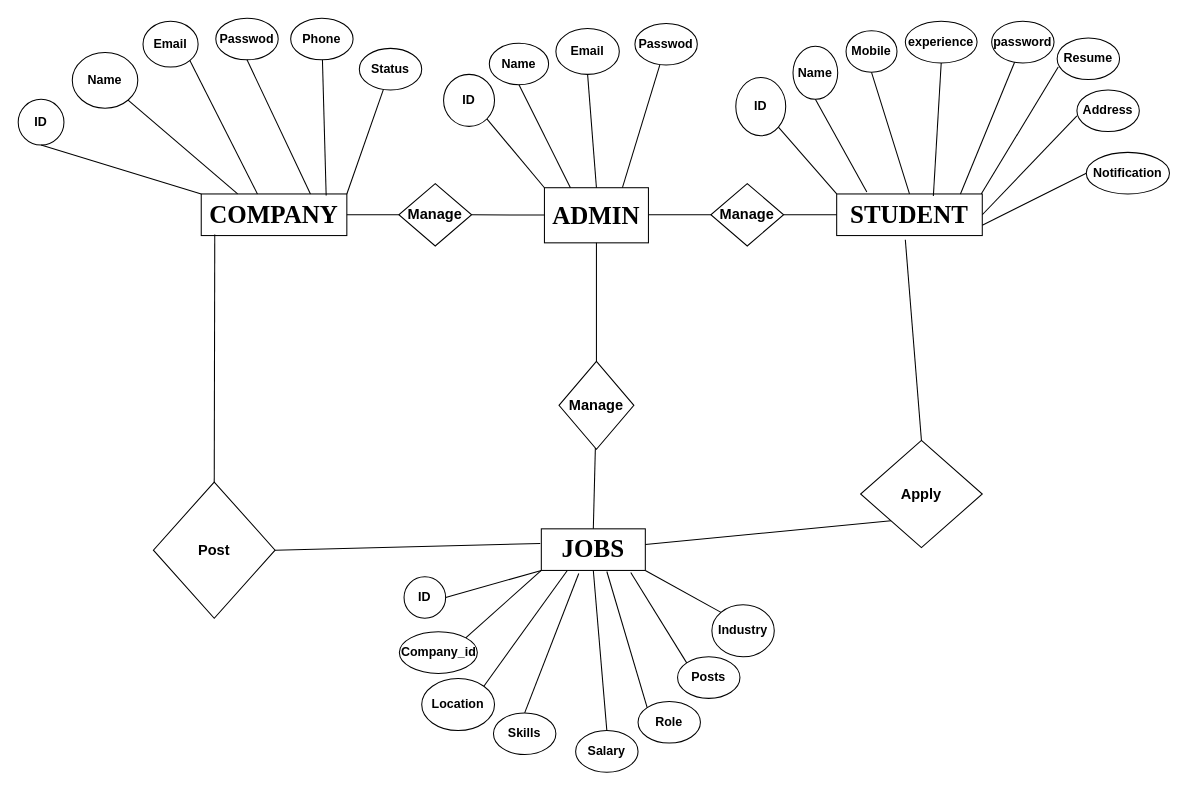
Before: company/ERdiagram.drawio in bhatkt71/campus, a draw.io diagram. Source tidied: cells renumbered, new cells numbered last; positions are measured from the earlier drawing's top-left corner, leaving out a move shared by most shapes. Both pictures are drawn from the tidied source at 104%, with x=0, y=0 at pixel (18, 18).
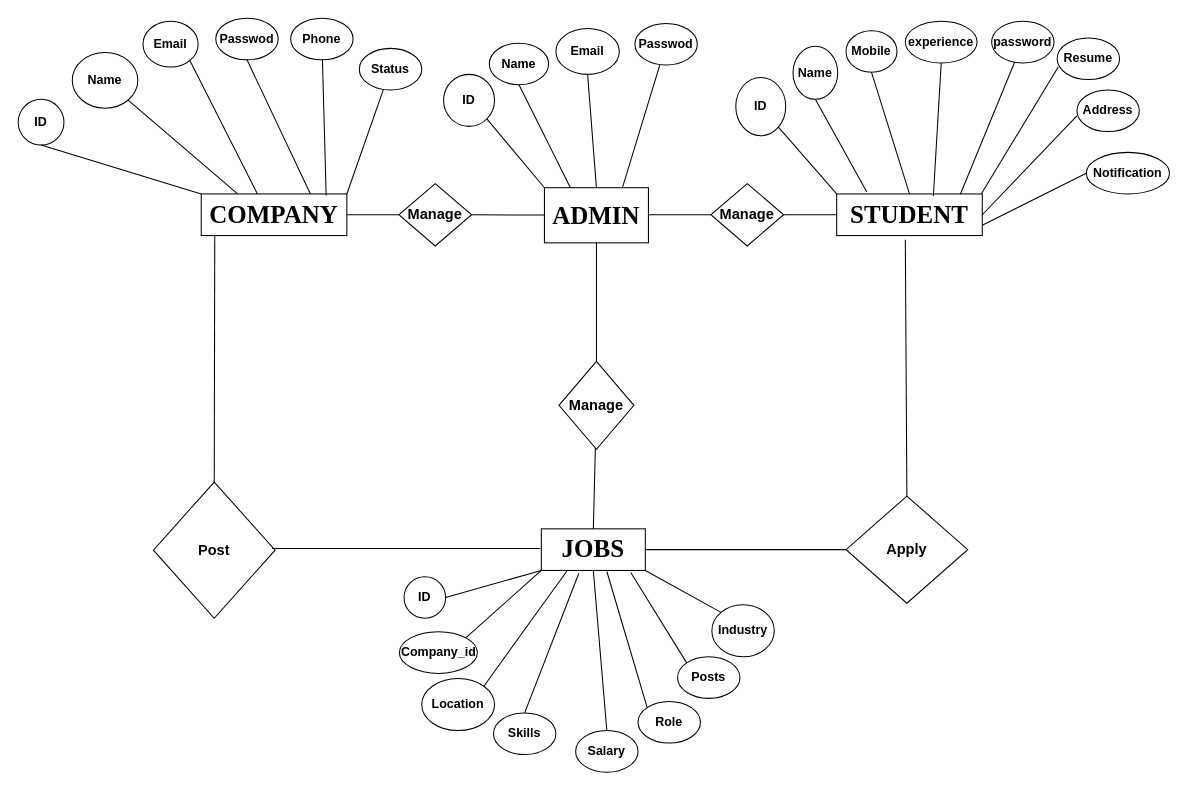
The same page after the edit.

The change refers to these unchanged cells:
```xml
<mxCell id="7" value="&lt;b&gt;&lt;font face=&quot;Times New Roman&quot; style=&quot;font-size: 24px;&quot;&gt;JOBS&lt;/font&gt;&lt;/b&gt;" style="whiteSpace=wrap;html=1;" parent="1" vertex="1">
  <mxGeometry x="503" y="491" width="100" height="40" as="geometry" />
</mxCell>
<mxCell id="9" value="&lt;b&gt;&lt;font style=&quot;font-size: 14px;&quot;&gt;Post&lt;/font&gt;&lt;/b&gt;" style="rhombus;whiteSpace=wrap;html=1;" parent="1" vertex="1">
  <mxGeometry x="130" y="446" width="117" height="131" as="geometry" />
</mxCell>
```

Change to the diagram source:
```diff
@@
     <mxCell id="8" value="&lt;b&gt;&lt;font style=&quot;font-size: 14px;&quot;&gt;Apply&lt;/font&gt;&lt;/b&gt;" style="rhombus;whiteSpace=wrap;html=1;" parent="1" vertex="1">
-      <mxGeometry x="810" y="406" width="117" height="103" as="geometry" />
+      <mxGeometry x="796" y="459.5" width="117" height="103" as="geometry" />
     </mxCell>
@@
-    <mxCell id="15" style="endArrow=none;html=1;rounded=0;exitX=1;exitY=0.5;exitDx=0;exitDy=0;" parent="1" edge="1" source="9">
+    <mxCell id="15" style="endArrow=none;html=1;rounded=0;" parent="1" edge="1">
       <mxGeometry relative="1" as="geometry">
-        <mxPoint x="502" y="505" as="targetPoint" />
+        <mxPoint x="244" y="510" as="sourcePoint" />
+        <mxPoint x="502" y="510" as="targetPoint" />
       </mxGeometry>
     </mxCell>
-    <mxCell id="16" style="endArrow=none;html=1;rounded=0;entryX=0;entryY=1;entryDx=0;entryDy=0;" parent="1" edge="1" source="7" target="8">
+    <mxCell id="16" style="endArrow=none;html=1;rounded=0;entryX=0;entryY=0.5;entryDx=0;entryDy=0;" parent="1" edge="1" source="7" target="8">
       <mxGeometry relative="1" as="geometry" />
     </mxCell>
```
